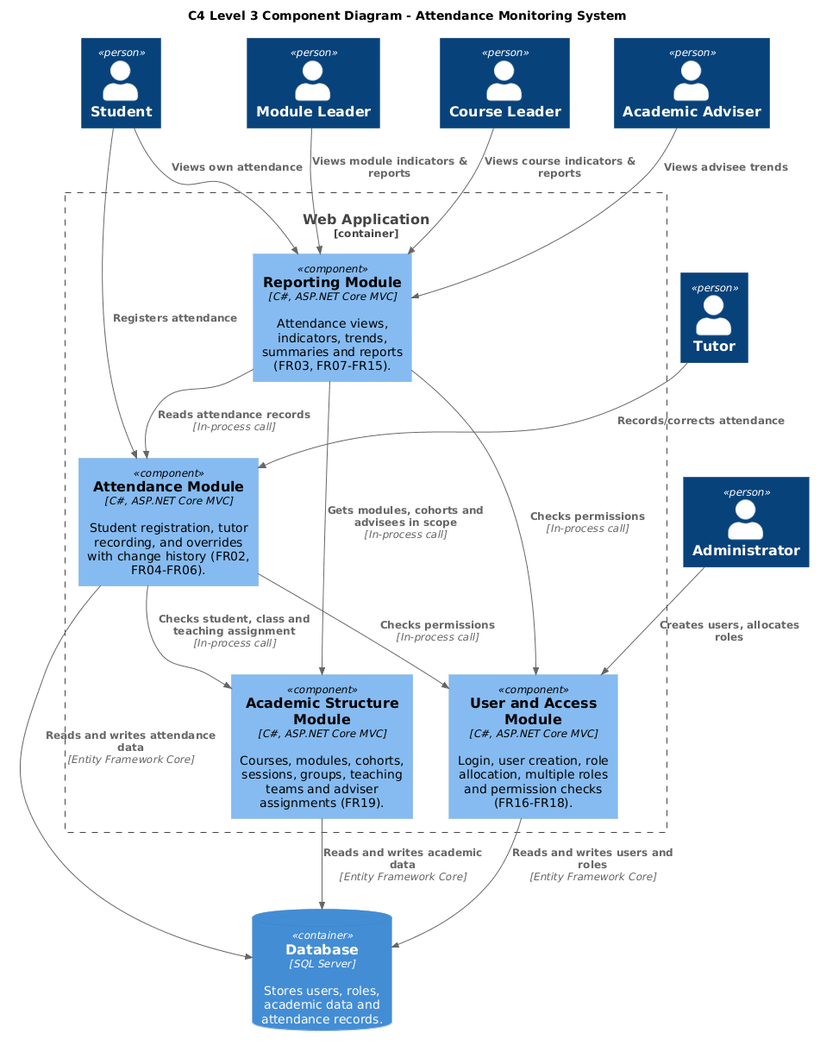
Before: out/diagrams/c4-level3-diagram/AttendanceMonitoringSystemC4L3.png, a diagram exported from PlantUML (Shelly855/attendance-monitoring-copy).
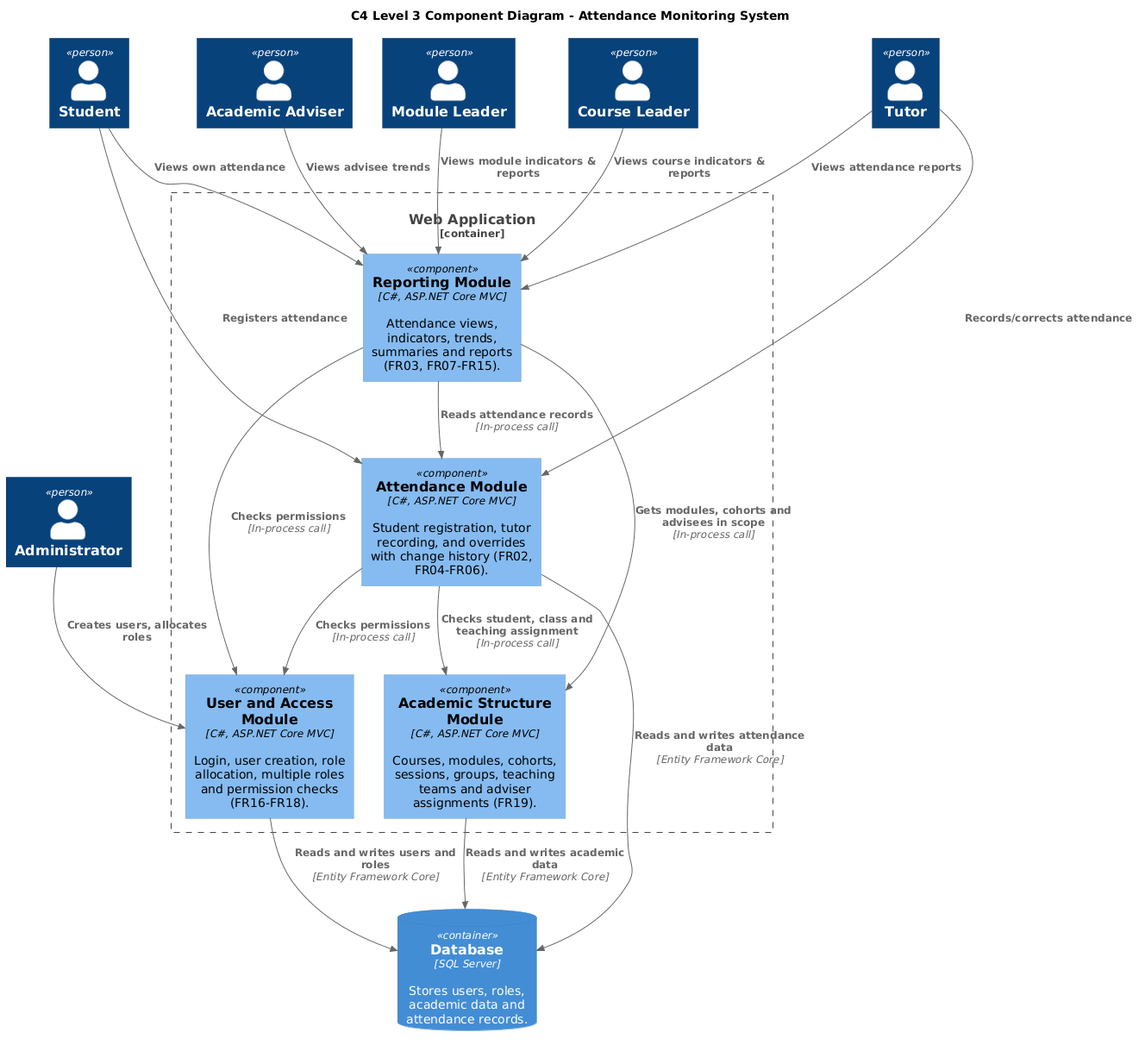
After the change.

Change to the diagram source:
```diff
@@ -21,6 +21,7 @@
 Rel(student, attendance, "Registers attendance")
 Rel(student, reporting, "Views own attendance")
 Rel(tutor, attendance, "Records/corrects attendance")
+Rel(tutor, reporting, "Views attendance reports")
 Rel(moduleLeader, reporting, "Views module indicators & reports")
 Rel(courseLeader, reporting, "Views course indicators & reports")
 Rel(adviser, reporting, "Views advisee trends")
```
